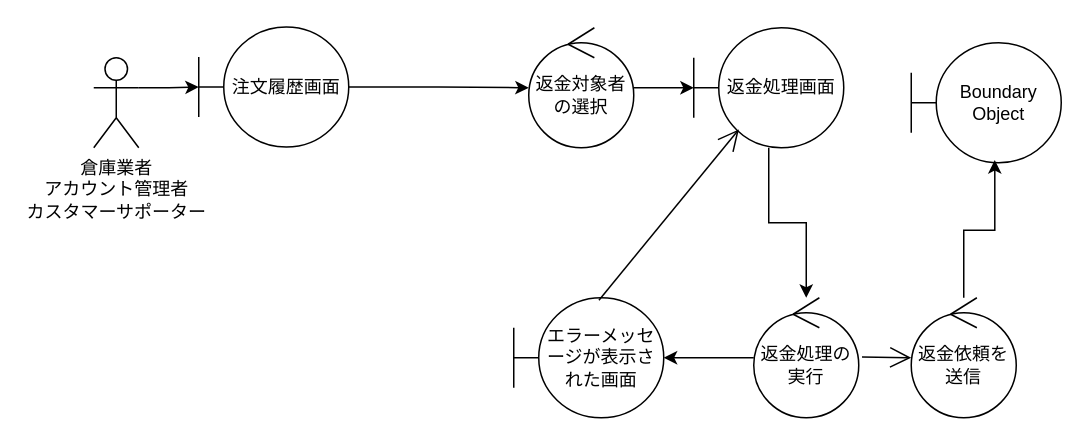
The draw.io diagram group/3-3_総合演習1_BBショップ注文管理システム/ロバストネス図/lo_a_05_refund.drawio in ko246/ohara_uml, before the edit. Source tidied: cells renumbered, new cells numbered last; positions are measured from the earlier drawing's top-left corner, leaving out a move shared by most shapes. Both pictures are drawn from the tidied source at 150%, with x=0, y=0 at pixel (93, 27).
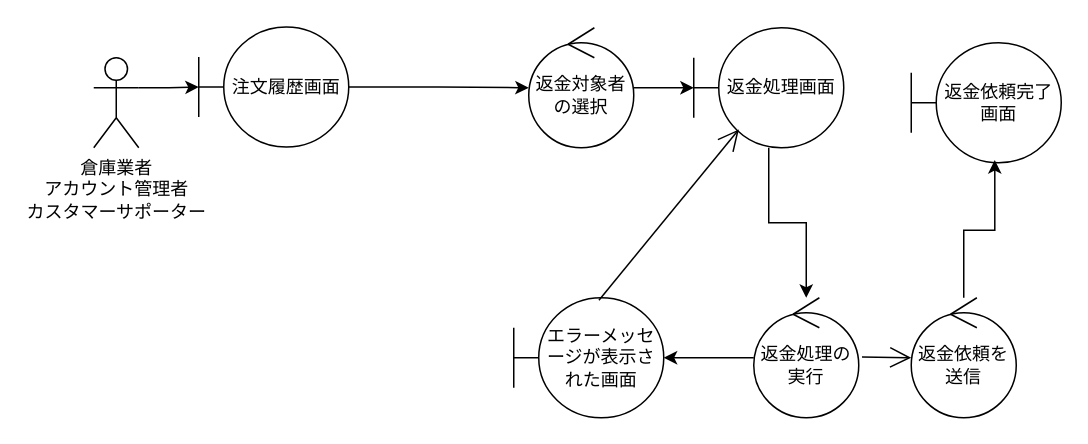
After the change.

What changed in the source:
```diff
@@
 <mxGraphModel>
   <root>
     <mxCell id="0" />
     <mxCell id="1" parent="0" />
     <mxCell id="2" style="edgeStyle=orthogonalEdgeStyle;rounded=0;jettySize=auto;html=1;exitX=1;exitY=0.3333333333333333;exitDx=0;exitDy=0;exitPerimeter=0;" parent="1" edge="1" source="3" target="4">
       <mxGeometry relative="1" as="geometry" />
     </mxCell>
     <mxCell id="3" value="倉庫業者&lt;div&gt;アカウント管理者&lt;/div&gt;&lt;div&gt;カスタマーサポーター&lt;/div&gt;" style="shape=umlActor;verticalLabelPosition=bottom;verticalAlign=top;html=1;" parent="1" vertex="1">
       <mxGeometry y="20" width="30" height="60" as="geometry" />
     </mxCell>
     <mxCell id="4" value="注文履歴画面" style="shape=umlBoundary;whiteSpace=wrap;html=1;" parent="1" vertex="1">
       <mxGeometry x="70" y="-0.5" width="100" height="80" as="geometry" />
     </mxCell>
     <mxCell id="5" style="edgeStyle=orthogonalEdgeStyle;rounded=0;jettySize=auto;html=1;" parent="1" edge="1" source="4" target="7">
       <mxGeometry relative="1" as="geometry" />
     </mxCell>
     <mxCell id="6" style="edgeStyle=orthogonalEdgeStyle;rounded=0;jettySize=auto;html=1;" parent="1" edge="1" source="7" target="9">
       <mxGeometry relative="1" as="geometry" />
     </mxCell>
     <mxCell id="7" value="返金対象者の選択" style="ellipse;shape=umlControl;whiteSpace=wrap;html=1;" parent="1" vertex="1">
       <mxGeometry x="290" width="70" height="80" as="geometry" />
     </mxCell>
     <mxCell id="8" style="edgeStyle=orthogonalEdgeStyle;rounded=0;jettySize=auto;html=1;" parent="1" edge="1" source="9" target="11">
       <mxGeometry relative="1" as="geometry" />
     </mxCell>
     <mxCell id="9" value="返金処理画面" style="shape=umlBoundary;whiteSpace=wrap;html=1;" parent="1" vertex="1">
       <mxGeometry x="400" width="100" height="80" as="geometry" />
     </mxCell>
     <mxCell id="10" style="edgeStyle=orthogonalEdgeStyle;rounded=0;jettySize=auto;html=1;" parent="1" edge="1" source="11" target="12">
       <mxGeometry relative="1" as="geometry" />
     </mxCell>
     <mxCell id="11" value="返金処理の実行" style="ellipse;shape=umlControl;whiteSpace=wrap;html=1;" parent="1" vertex="1">
       <mxGeometry x="440" y="180" width="70" height="80" as="geometry" />
     </mxCell>
     <mxCell id="12" value="エラーメッセージが表示された画面" style="shape=umlBoundary;whiteSpace=wrap;html=1;" parent="1" vertex="1">
       <mxGeometry x="280" y="180" width="100" height="80" as="geometry" />
     </mxCell>
     <mxCell id="13" style="endArrow=open;endFill=1;endSize=12;html=1;rounded=0;exitX=0.568;exitY=0.02;exitDx=0;exitDy=0;exitPerimeter=0;entryX=0.301;entryY=0.847;entryDx=0;entryDy=0;entryPerimeter=0;" parent="1" edge="1" source="12" target="9">
       <mxGeometry relative="1" as="geometry" />
     </mxCell>
     <mxCell id="14" style="endArrow=open;endFill=1;endSize=12;html=1;rounded=0;exitX=1.031;exitY=0.494;exitDx=0;exitDy=0;exitPerimeter=0;" parent="1" edge="1" source="11" target="15">
       <mxGeometry relative="1" as="geometry" />
     </mxCell>
     <mxCell id="15" value="返金依頼を送信" style="ellipse;shape=umlControl;whiteSpace=wrap;html=1;" parent="1" vertex="1">
       <mxGeometry x="545" y="180" width="70" height="80" as="geometry" />
     </mxCell>
-    <mxCell id="16" value="Boundary Object" style="shape=umlBoundary;whiteSpace=wrap;html=1;" parent="1" vertex="1">
+    <mxCell id="16" value="返金依頼完了画面" style="shape=umlBoundary;whiteSpace=wrap;html=1;" parent="1" vertex="1">
       <mxGeometry x="545" y="10" width="100" height="80" as="geometry" />
     </mxCell>
     <mxCell id="17" style="edgeStyle=orthogonalEdgeStyle;rounded=0;jettySize=auto;html=1;entryX=0.557;entryY=0.978;entryDx=0;entryDy=0;entryPerimeter=0;" parent="1" edge="1" source="15" target="16">
       <mxGeometry relative="1" as="geometry" />
     </mxCell>
   </root>
 </mxGraphModel>
```
